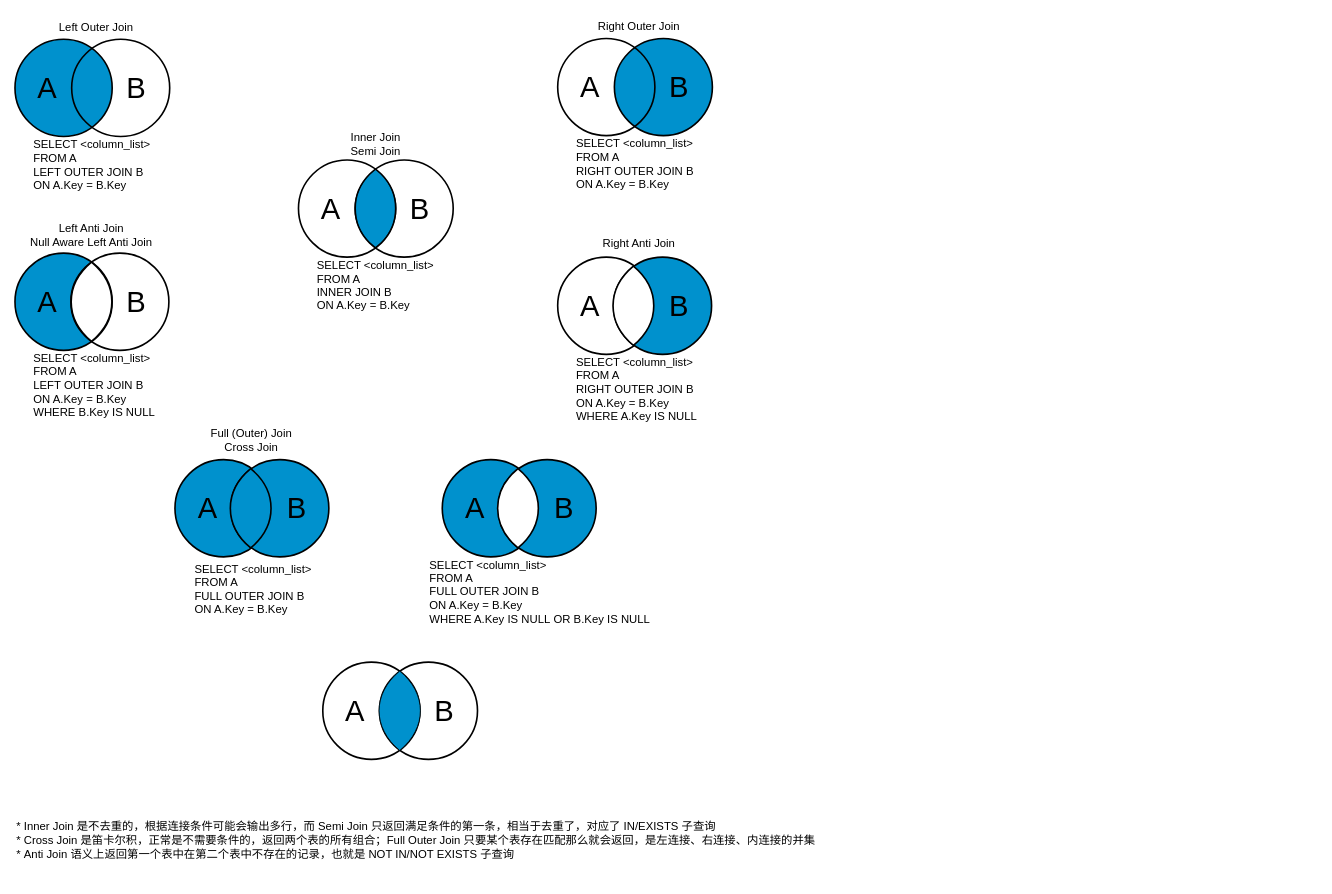
Earlier version of the draw.io diagram page "分类" (1 of 2) of database/Optimize.drawio (gohalo/mind). Source tidied: cells renumbered, new cells numbered last; positions are measured from the earlier drawing's top-left corner, leaving out a move shared by most shapes. Both pictures are drawn from the tidied source at 81%, with x=0, y=0 at pixel (15, 14).
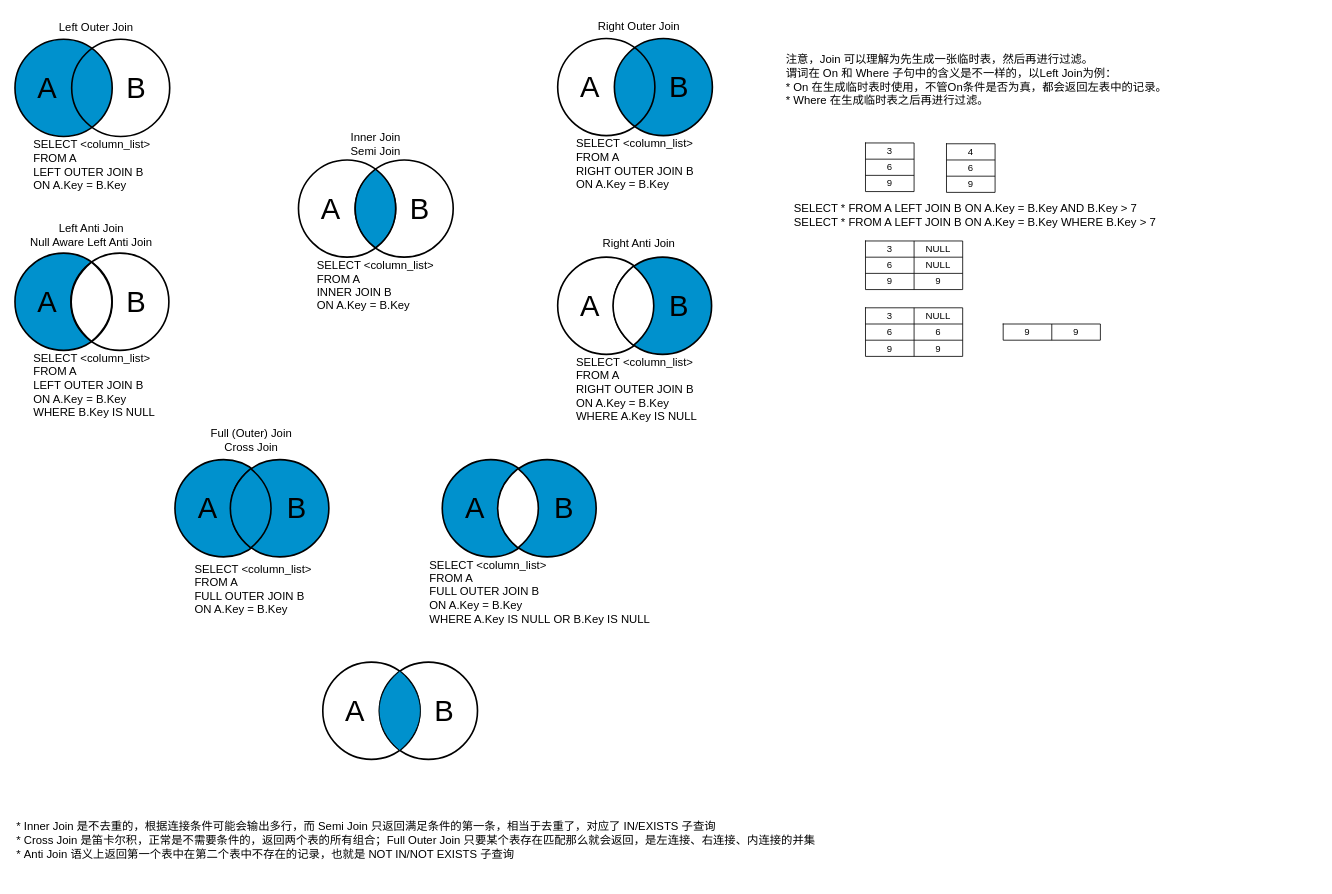
After the change.

The edit, as a diff of the source:
```diff
@@
+    <mxCell id="57" value="&lt;span style=&quot;font-size: 14px;&quot;&gt;注意，Join 可以理解为先生成一张临时表，然后再进行过滤。&lt;br&gt;谓词在 On 和 Where 子句中的含义是不一样的，以Left Join为例：&lt;br&gt;* On 在生成临时表时使用，不管On条件是否为真，都会返回左表中的记录。&lt;br&gt;* Where 在生成临时表之后再进行过滤。&lt;br&gt;&lt;/span&gt;" style="text;html=1;strokeColor=none;fillColor=none;align=left;verticalAlign=middle;whiteSpace=wrap;rounded=0;" parent="1" vertex="1">
+      <mxGeometry x="950" y="31" width="660" height="100" as="geometry" />
+    </mxCell>
+    <mxCell id="58" style="shape=table;startSize=0;childLayout=tableLayout;" parent="1" vertex="1">
+      <mxGeometry x="1050" y="159" width="60" height="60" as="geometry" />
+    </mxCell>
+    <mxCell id="59" style="shape=tableRow;horizontal=0;startSize=0;swimlaneHead=0;swimlaneBody=0;strokeColor=inherit;top=0;left=0;bottom=0;right=0;fillColor=none;" parent="58" vertex="1">
+      <mxGeometry width="60" height="20" as="geometry" />
+    </mxCell>
+    <mxCell id="60" value="3" style="shape=partialRectangle;html=1;whiteSpace=wrap;strokeColor=inherit;overflow=hidden;fillColor=none;top=0;left=0;bottom=0;right=0;" parent="59" vertex="1">
+      <mxGeometry width="60" height="20" as="geometry" />
+    </mxCell>
+    <mxCell id="61" style="shape=tableRow;horizontal=0;startSize=0;swimlaneHead=0;swimlaneBody=0;strokeColor=inherit;top=0;left=0;bottom=0;right=0;fillColor=none;" parent="58" vertex="1">
+      <mxGeometry y="20" width="60" height="20" as="geometry" />
+    </mxCell>
+    <mxCell id="62" value="6" style="shape=partialRectangle;html=1;whiteSpace=wrap;strokeColor=inherit;overflow=hidden;fillColor=none;top=0;left=0;bottom=0;right=0;" parent="61" vertex="1">
+      <mxGeometry width="60" height="20" as="geometry" />
+    </mxCell>
+    <mxCell id="63" style="shape=tableRow;horizontal=0;startSize=0;swimlaneHead=0;swimlaneBody=0;strokeColor=inherit;top=0;left=0;bottom=0;right=0;fillColor=none;" parent="58" vertex="1">
+      <mxGeometry y="40" width="60" height="20" as="geometry" />
+    </mxCell>
+    <mxCell id="64" value="9" style="shape=partialRectangle;html=1;whiteSpace=wrap;strokeColor=inherit;overflow=hidden;fillColor=none;top=0;left=0;bottom=0;right=0;" parent="63" vertex="1">
+      <mxGeometry width="60" height="20" as="geometry" />
+    </mxCell>
+    <mxCell id="65" style="shape=table;startSize=0;childLayout=tableLayout;" parent="1" vertex="1">
+      <mxGeometry x="1150" y="160" width="60" height="60" as="geometry" />
+    </mxCell>
+    <mxCell id="66" style="shape=tableRow;horizontal=0;startSize=0;swimlaneHead=0;swimlaneBody=0;strokeColor=inherit;top=0;left=0;bottom=0;right=0;fillColor=none;" parent="65" vertex="1">
+      <mxGeometry width="60" height="20" as="geometry" />
+    </mxCell>
+    <mxCell id="67" value="4" style="shape=partialRectangle;html=1;whiteSpace=wrap;strokeColor=inherit;overflow=hidden;fillColor=none;top=0;left=0;bottom=0;right=0;" parent="66" vertex="1">
+      <mxGeometry width="60" height="20" as="geometry" />
+    </mxCell>
+    <mxCell id="68" style="shape=tableRow;horizontal=0;startSize=0;swimlaneHead=0;swimlaneBody=0;strokeColor=inherit;top=0;left=0;bottom=0;right=0;fillColor=none;" parent="65" vertex="1">
+      <mxGeometry y="20" width="60" height="20" as="geometry" />
+    </mxCell>
+    <mxCell id="69" value="6" style="shape=partialRectangle;html=1;whiteSpace=wrap;strokeColor=inherit;overflow=hidden;fillColor=none;top=0;left=0;bottom=0;right=0;" parent="68" vertex="1">
+      <mxGeometry width="60" height="20" as="geometry" />
+    </mxCell>
+    <mxCell id="70" style="shape=tableRow;horizontal=0;startSize=0;swimlaneHead=0;swimlaneBody=0;strokeColor=inherit;top=0;left=0;bottom=0;right=0;fillColor=none;" parent="65" vertex="1">
+      <mxGeometry y="40" width="60" height="20" as="geometry" />
+    </mxCell>
+    <mxCell id="71" value="9" style="shape=partialRectangle;html=1;whiteSpace=wrap;strokeColor=inherit;overflow=hidden;fillColor=none;top=0;left=0;bottom=0;right=0;" parent="70" vertex="1">
+      <mxGeometry width="60" height="20" as="geometry" />
+    </mxCell>
+    <mxCell id="72" value="&lt;font style=&quot;font-size: 14px;&quot;&gt;&lt;font style=&quot;&quot;&gt;SELECT * FROM A LEFT JOIN B ON A.Key = B.Key AND B.Key &amp;gt; 7&lt;br&gt;&lt;/font&gt;SELECT * FROM A LEFT JOIN B ON A.Key = B.Key WHERE B.Key &amp;gt; 7&lt;/font&gt;&lt;span style=&quot;font-size: 14px;&quot;&gt;&lt;br&gt;&lt;/span&gt;" style="text;html=1;strokeColor=none;fillColor=none;align=left;verticalAlign=middle;whiteSpace=wrap;rounded=0;" parent="1" vertex="1">
+      <mxGeometry x="960" y="222.5" width="500" height="50" as="geometry" />
+    </mxCell>
+    <mxCell id="73" style="shape=table;startSize=0;childLayout=tableLayout;" parent="1" vertex="1">
+      <mxGeometry x="1050" y="280" width="120" height="60" as="geometry" />
+    </mxCell>
+    <mxCell id="74" style="shape=tableRow;horizontal=0;startSize=0;swimlaneHead=0;swimlaneBody=0;strokeColor=inherit;top=0;left=0;bottom=0;right=0;fillColor=none;" parent="73" vertex="1">
+      <mxGeometry width="120" height="20" as="geometry" />
+    </mxCell>
+    <mxCell id="75" value="3" style="shape=partialRectangle;html=1;whiteSpace=wrap;strokeColor=inherit;overflow=hidden;fillColor=none;top=0;left=0;bottom=0;right=0;" parent="74" vertex="1">
+      <mxGeometry width="60" height="20" as="geometry" />
+    </mxCell>
+    <mxCell id="76" value="NULL" style="shape=partialRectangle;html=1;whiteSpace=wrap;strokeColor=inherit;overflow=hidden;fillColor=none;top=0;left=0;bottom=0;right=0;" parent="74" vertex="1">
+      <mxGeometry x="60" width="60" height="20" as="geometry" />
+    </mxCell>
+    <mxCell id="77" style="shape=tableRow;horizontal=0;startSize=0;swimlaneHead=0;swimlaneBody=0;strokeColor=inherit;top=0;left=0;bottom=0;right=0;fillColor=none;" parent="73" vertex="1">
+      <mxGeometry y="20" width="120" height="20" as="geometry" />
+    </mxCell>
+    <mxCell id="78" value="6" style="shape=partialRectangle;html=1;whiteSpace=wrap;strokeColor=inherit;overflow=hidden;fillColor=none;top=0;left=0;bottom=0;right=0;" parent="77" vertex="1">
+      <mxGeometry width="60" height="20" as="geometry" />
+    </mxCell>
+    <mxCell id="79" value="NULL" style="shape=partialRectangle;html=1;whiteSpace=wrap;strokeColor=inherit;overflow=hidden;fillColor=none;top=0;left=0;bottom=0;right=0;" parent="77" vertex="1">
+      <mxGeometry x="60" width="60" height="20" as="geometry" />
+    </mxCell>
+    <mxCell id="80" style="shape=tableRow;horizontal=0;startSize=0;swimlaneHead=0;swimlaneBody=0;strokeColor=inherit;top=0;left=0;bottom=0;right=0;fillColor=none;" parent="73" vertex="1">
+      <mxGeometry y="40" width="120" height="20" as="geometry" />
+    </mxCell>
+    <mxCell id="81" value="9" style="shape=partialRectangle;html=1;whiteSpace=wrap;strokeColor=inherit;overflow=hidden;fillColor=none;top=0;left=0;bottom=0;right=0;" parent="80" vertex="1">
+      <mxGeometry width="60" height="20" as="geometry" />
+    </mxCell>
+    <mxCell id="82" value="9" style="shape=partialRectangle;html=1;whiteSpace=wrap;strokeColor=inherit;overflow=hidden;fillColor=none;top=0;left=0;bottom=0;right=0;" parent="80" vertex="1">
+      <mxGeometry x="60" width="60" height="20" as="geometry" />
+    </mxCell>
+    <mxCell id="83" style="shape=table;startSize=0;childLayout=tableLayout;" parent="1" vertex="1">
+      <mxGeometry x="1050" y="362.5" width="120" height="60" as="geometry" />
+    </mxCell>
+    <mxCell id="84" style="shape=tableRow;horizontal=0;startSize=0;swimlaneHead=0;swimlaneBody=0;strokeColor=inherit;top=0;left=0;bottom=0;right=0;fillColor=none;" parent="83" vertex="1">
+      <mxGeometry width="120" height="20" as="geometry" />
+    </mxCell>
+    <mxCell id="85" value="3" style="shape=partialRectangle;html=1;whiteSpace=wrap;strokeColor=inherit;overflow=hidden;fillColor=none;top=0;left=0;bottom=0;right=0;" parent="84" vertex="1">
+      <mxGeometry width="60" height="20" as="geometry" />
+    </mxCell>
+    <mxCell id="86" value="NULL" style="shape=partialRectangle;html=1;whiteSpace=wrap;strokeColor=inherit;overflow=hidden;fillColor=none;top=0;left=0;bottom=0;right=0;" parent="84" vertex="1">
+      <mxGeometry x="60" width="60" height="20" as="geometry" />
+    </mxCell>
+    <mxCell id="87" style="shape=tableRow;horizontal=0;startSize=0;swimlaneHead=0;swimlaneBody=0;strokeColor=inherit;top=0;left=0;bottom=0;right=0;fillColor=none;" parent="83" vertex="1">
+      <mxGeometry y="20" width="120" height="20" as="geometry" />
+    </mxCell>
+    <mxCell id="88" value="6" style="shape=partialRectangle;html=1;whiteSpace=wrap;strokeColor=inherit;overflow=hidden;fillColor=none;top=0;left=0;bottom=0;right=0;" parent="87" vertex="1">
+      <mxGeometry width="60" height="20" as="geometry" />
+    </mxCell>
+    <mxCell id="89" value="6" style="shape=partialRectangle;html=1;whiteSpace=wrap;strokeColor=inherit;overflow=hidden;fillColor=none;top=0;left=0;bottom=0;right=0;" parent="87" vertex="1">
+      <mxGeometry x="60" width="60" height="20" as="geometry" />
+    </mxCell>
+    <mxCell id="90" style="shape=tableRow;horizontal=0;startSize=0;swimlaneHead=0;swimlaneBody=0;strokeColor=inherit;top=0;left=0;bottom=0;right=0;fillColor=none;" parent="83" vertex="1">
+      <mxGeometry y="40" width="120" height="20" as="geometry" />
+    </mxCell>
+    <mxCell id="91" value="9" style="shape=partialRectangle;html=1;whiteSpace=wrap;strokeColor=inherit;overflow=hidden;fillColor=none;top=0;left=0;bottom=0;right=0;" parent="90" vertex="1">
+      <mxGeometry width="60" height="20" as="geometry" />
+    </mxCell>
+    <mxCell id="92" value="9" style="shape=partialRectangle;html=1;whiteSpace=wrap;strokeColor=inherit;overflow=hidden;fillColor=none;top=0;left=0;bottom=0;right=0;" parent="90" vertex="1">
+      <mxGeometry x="60" width="60" height="20" as="geometry" />
+    </mxCell>
+    <mxCell id="93" style="shape=table;startSize=0;childLayout=tableLayout;" parent="1" vertex="1">
+      <mxGeometry x="1220" y="382.5" width="120" height="20" as="geometry" />
+    </mxCell>
+    <mxCell id="94" style="shape=tableRow;horizontal=0;startSize=0;swimlaneHead=0;swimlaneBody=0;strokeColor=inherit;top=0;left=0;bottom=0;right=0;fillColor=none;" parent="93" vertex="1">
+      <mxGeometry width="120" height="20" as="geometry" />
+    </mxCell>
+    <mxCell id="95" value="9" style="shape=partialRectangle;html=1;whiteSpace=wrap;strokeColor=inherit;overflow=hidden;fillColor=none;top=0;left=0;bottom=0;right=0;" parent="94" vertex="1">
+      <mxGeometry width="60" height="20" as="geometry" />
+    </mxCell>
+    <mxCell id="96" value="9" style="shape=partialRectangle;html=1;whiteSpace=wrap;strokeColor=inherit;overflow=hidden;fillColor=none;top=0;left=0;bottom=0;right=0;" parent="94" vertex="1">
+      <mxGeometry x="60" width="60" height="20" as="geometry" />
+    </mxCell>
```
